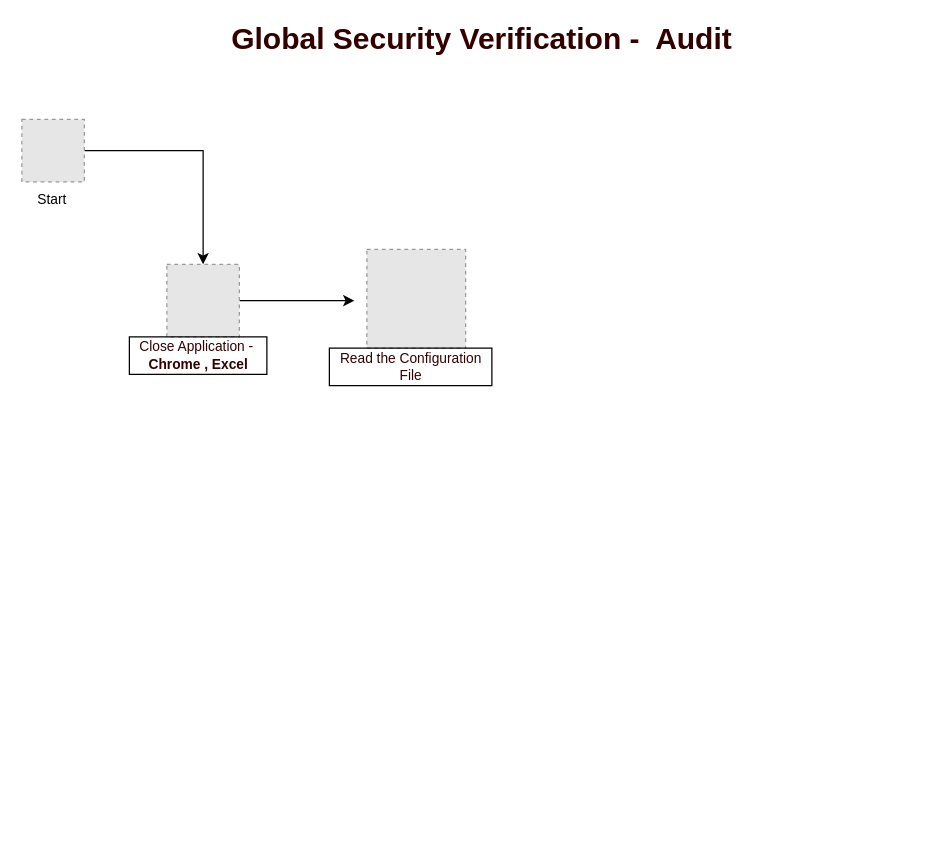
The draw.io diagram Untitled Diagram.drawio in saxenaashish246/UiPathProjects, before the edit. Source tidied: cells renumbered, new cells numbered last; positions are measured from the earlier drawing's top-left corner, leaving out a move shared by most shapes. Both pictures are drawn from the tidied source at 125%, with x=0, y=0 at pixel (21, 26). Pictures stored in the file or linked from it are replaced by grey dashed boxes.
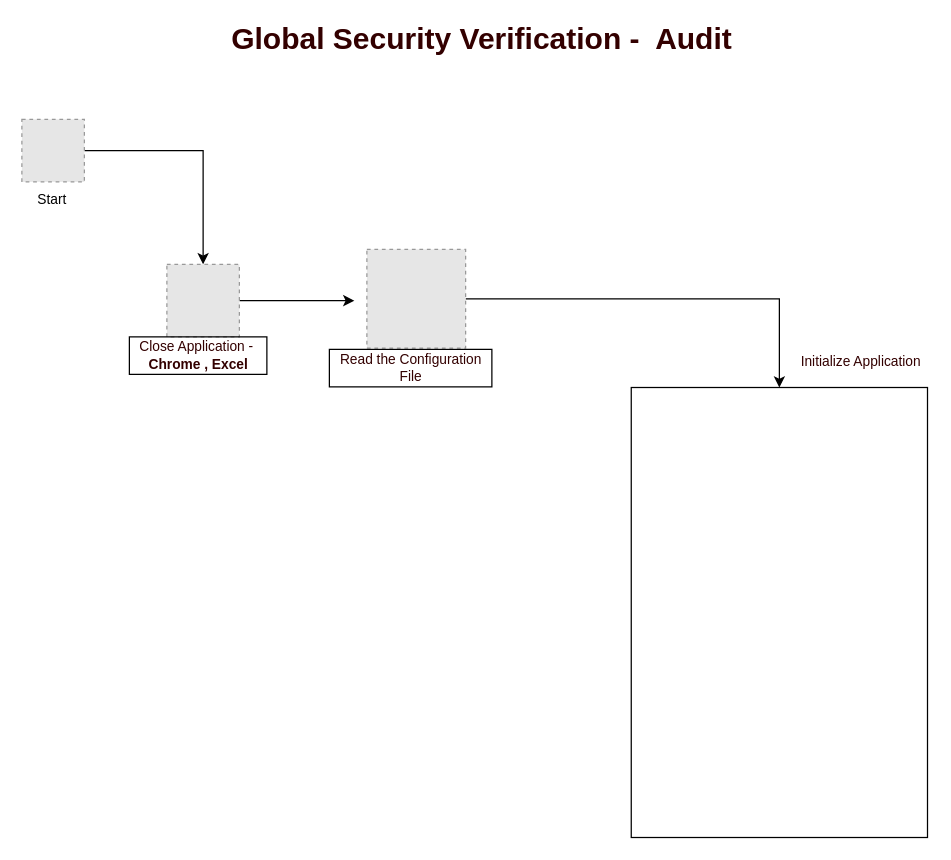
Above is the later version.

The edit, as a diff of the source:
```diff
@@
 <mxGraphModel>
   <root>
     <mxCell id="0" />
     <mxCell id="1" parent="0" />
     <mxCell id="2" value="&lt;font style=&quot;font-size: 11px;&quot;&gt;Start&lt;/font&gt;" style="text;html=1;align=center;verticalAlign=middle;strokeColor=none;fillColor=none;" parent="1" vertex="1">
       <mxGeometry x="4" y="128" width="40" height="20" as="geometry" />
     </mxCell>
     <mxCell id="3" style="edgeStyle=orthogonalEdgeStyle;rounded=0;jettySize=auto;html=1;fontSize=24;fontColor=#330000;" parent="1" edge="1" source="4" target="7">
       <mxGeometry relative="1" as="geometry" />
     </mxCell>
     <mxCell id="4" style="fillColor=#E6E6E6;strokeColor=#999999;dashed=1;html=1;verticalAlign=top;verticalLabelPosition=bottom;labelBackgroundColor=#ffffff;fontSize=11;" parent="1" vertex="1">
       <mxGeometry y="74" width="50" height="50" as="geometry" />
     </mxCell>
     <mxCell id="5" value="&lt;font color=&quot;#330000&quot; style=&quot;font-size: 24px;&quot;&gt;&lt;b style=&quot;&quot;&gt;Global Security Verification -&amp;nbsp; Audit&amp;nbsp;&lt;/b&gt;&lt;/font&gt;" style="text;html=1;align=center;verticalAlign=middle;strokeColor=none;fillColor=none;fontSize=11;" parent="1" vertex="1">
       <mxGeometry x="161" width="420" height="20" as="geometry" />
     </mxCell>
     <mxCell id="6" style="edgeStyle=orthogonalEdgeStyle;rounded=0;jettySize=auto;html=1;exitX=1;exitY=0.5;exitDx=0;exitDy=0;fontSize=11;fontColor=#330000;" parent="1" edge="1" source="7">
       <mxGeometry relative="1" as="geometry">
         <mxPoint x="266" y="219" as="targetPoint" />
       </mxGeometry>
     </mxCell>
     <mxCell id="7" style="fillColor=#E6E6E6;strokeColor=#999999;dashed=1;html=1;verticalAlign=top;verticalLabelPosition=bottom;labelBackgroundColor=#ffffff;fontSize=24;fontColor=#330000;" parent="1" vertex="1">
       <mxGeometry x="116" y="190" width="58" height="58" as="geometry" />
     </mxCell>
     <mxCell id="8" value="Close Application -&amp;nbsp;&lt;br&gt;&lt;b&gt;Chrome , Excel&lt;/b&gt;" style="text;html=1;align=center;verticalAlign=middle;strokeColor=default;fillColor=none;fontSize=11;fontColor=#330000;" parent="1" vertex="1">
       <mxGeometry x="86" y="248" width="110" height="30" as="geometry" />
     </mxCell>
+    <mxCell id="11" style="edgeStyle=orthogonalEdgeStyle;rounded=0;jettySize=auto;html=1;fontSize=11;fontColor=#330000;" parent="1" edge="1" source="9" target="12">
+      <mxGeometry relative="1" as="geometry" />
+    </mxCell>
     <mxCell id="9" style="fillColor=#E6E6E6;strokeColor=#999999;dashed=1;html=1;verticalAlign=top;verticalLabelPosition=bottom;labelBackgroundColor=#ffffff;fontSize=11;fontColor=#330000;" parent="1" vertex="1">
       <mxGeometry x="276" y="178" width="79" height="79" as="geometry" />
     </mxCell>
     <mxCell id="10" value="Read the Configuration &lt;br&gt;File" style="text;html=1;align=center;verticalAlign=middle;strokeColor=default;fillColor=none;fontSize=11;fontColor=#330000;" parent="1" vertex="1">
-      <mxGeometry x="246" y="257" width="130" height="30" as="geometry" />
+      <mxGeometry x="246" y="258" width="130" height="30" as="geometry" />
     </mxCell>
+    <mxCell id="12" style="rounded=0;whiteSpace=wrap;html=1;fontSize=11;fontColor=#330000;strokeColor=default;rotation=90;sketch=0;gradientColor=none;fillColor=none;" parent="1" vertex="1">
+      <mxGeometry x="426" y="350" width="360" height="237" as="geometry" />
+    </mxCell>
+    <mxCell id="13" value="Initialize Application" style="text;html=1;align=center;verticalAlign=middle;strokeColor=none;fillColor=none;fontSize=11;fontFamily=Helvetica;fontColor=#330000;" parent="1" vertex="1">
+      <mxGeometry x="616" y="258" width="110" height="20" as="geometry" />
+    </mxCell>
   </root>
 </mxGraphModel>
```
